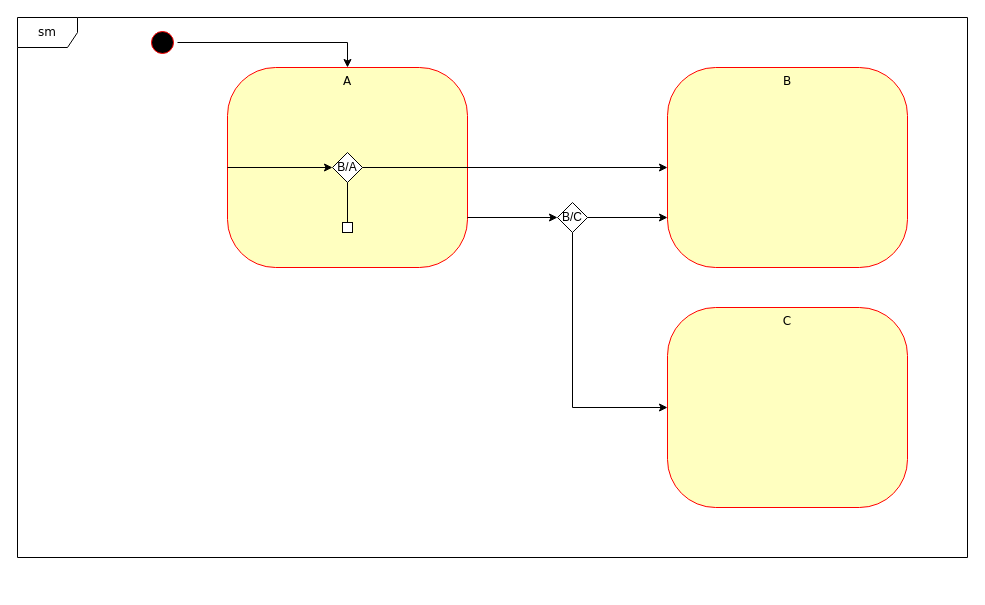
The draw.io diagram vsprojs/UnitTests/ChoiceTransitionTest.drawio in mrstefangrimm/TemplateStateMachine, before the edit. Source tidied: cells renumbered, new cells numbered last; positions are measured from the earlier drawing's top-left corner, leaving out a move shared by most shapes. Both pictures are drawn from the tidied source at 100%, with x=0, y=0 at pixel (17, 17).
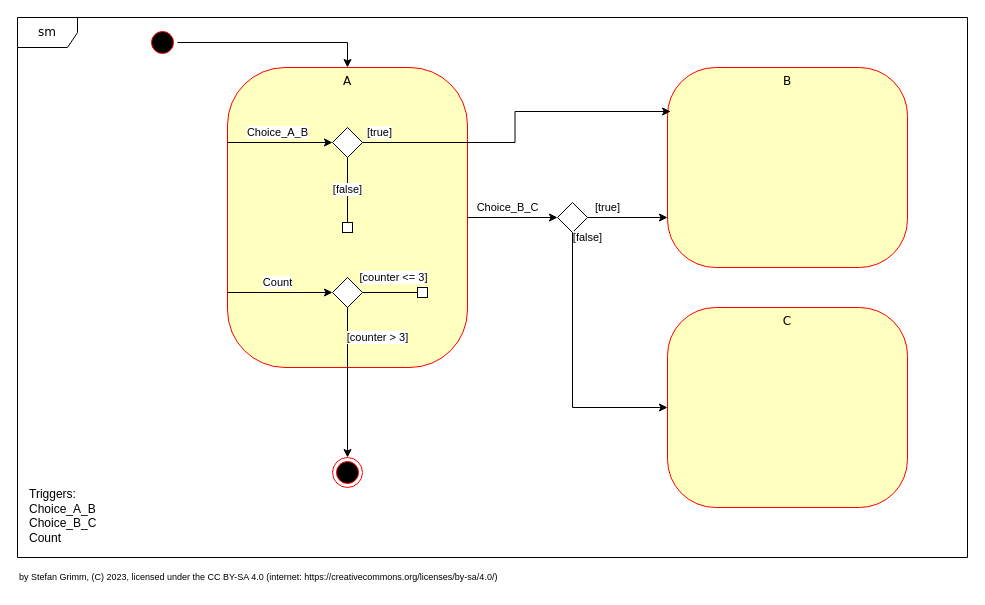
Above is the later version.

Unchanged cells that the change refers to:
```xml
<mxCell id="4" value="B" style="rounded=1;whiteSpace=wrap;html=1;arcSize=24;fillColor=#ffffc0;strokeColor=#ff0000;shadow=0;comic=0;labelBackgroundColor=none;fontFamily=Verdana;fontSize=12;fontColor=#000000;align=center;verticalAlign=top;" parent="1" vertex="1">
  <mxGeometry x="650" y="50" width="240" height="200" as="geometry" />
</mxCell>
<mxCell id="10" value="C" style="rounded=1;whiteSpace=wrap;html=1;arcSize=24;fillColor=#ffffc0;strokeColor=#ff0000;shadow=0;comic=0;labelBackgroundColor=none;fontFamily=Verdana;fontSize=12;fontColor=#000000;align=center;verticalAlign=top;" parent="1" vertex="1">
  <mxGeometry x="650" y="290" width="240" height="200" as="geometry" />
</mxCell>
<mxCell id="16" style="whiteSpace=wrap;html=1;" parent="1" vertex="1">
  <mxGeometry x="325" y="205" width="10" height="10" as="geometry" />
</mxCell>
```

Change to the diagram source:
```diff
@@
     <mxCell id="3" value="A" style="rounded=1;whiteSpace=wrap;html=1;arcSize=24;fillColor=#ffffc0;strokeColor=#ff0000;shadow=0;comic=0;labelBackgroundColor=none;fontFamily=Verdana;fontSize=12;fontColor=#000000;align=center;verticalAlign=top;" parent="1" vertex="1">
-      <mxGeometry x="210" y="50" width="240" height="200" as="geometry" />
+      <mxGeometry x="210" y="50" width="240" height="300" as="geometry" />
     </mxCell>
@@
-    <mxCell id="7" style="rounded=0;jettySize=auto;html=1;entryX=0;entryY=0.5;entryDx=0;entryDy=0;exitX=1;exitY=0.75;exitDx=0;exitDy=0;" parent="1" edge="1" source="3" target="8">
-      <mxGeometry relative="1" as="geometry" />
+    <mxCell id="7" value="Choice_B_C" style="rounded=0;jettySize=auto;html=1;entryX=0;entryY=0.5;entryDx=0;entryDy=0;exitX=1;exitY=0.5;exitDx=0;exitDy=0;" parent="1" edge="1" source="3" target="8">
+      <mxGeometry x="-0.11" y="10" relative="1" as="geometry" />
     </mxCell>
-    <mxCell id="8" value="B/C" style="rhombus;whiteSpace=wrap;html=1;" parent="1" vertex="1">
+    <mxCell id="8" style="rhombus;whiteSpace=wrap;html=1;" parent="1" vertex="1">
       <mxGeometry x="540" y="185" width="30" height="30" as="geometry" />
     </mxCell>
-    <mxCell id="9" style="rounded=0;jettySize=auto;html=1;exitX=1;exitY=0.5;exitDx=0;exitDy=0;entryX=0;entryY=0.75;entryDx=0;entryDy=0;" parent="1" edge="1" source="8" target="4">
-      <mxGeometry relative="1" as="geometry" />
+    <mxCell id="9" value="[true]" style="rounded=0;jettySize=auto;html=1;exitX=1;exitY=0.5;exitDx=0;exitDy=0;entryX=0;entryY=0.75;entryDx=0;entryDy=0;" parent="1" edge="1" source="8" target="4">
+      <mxGeometry x="-0.5" y="10" relative="1" as="geometry" />
     </mxCell>
@@
-    <mxCell id="11" style="rounded=0;jettySize=auto;html=1;exitX=0.5;exitY=1;exitDx=0;exitDy=0;entryX=0;entryY=0.5;entryDx=0;entryDy=0;edgeStyle=orthogonalEdgeStyle;" parent="1" edge="1" source="8" target="10">
-      <mxGeometry relative="1" as="geometry" />
+    <mxCell id="11" value="[false]" style="rounded=0;jettySize=auto;html=1;exitX=0.5;exitY=1;exitDx=0;exitDy=0;entryX=0;entryY=0.5;entryDx=0;entryDy=0;edgeStyle=orthogonalEdgeStyle;" parent="1" edge="1" source="8" target="10">
+      <mxGeometry x="-0.96" y="15" relative="1" as="geometry" />
     </mxCell>
-    <mxCell id="12" style="rounded=0;jettySize=auto;html=1;entryX=0;entryY=0.5;entryDx=0;entryDy=0;exitX=0;exitY=0.5;exitDx=0;exitDy=0;" parent="1" edge="1" source="3" target="13">
-      <mxGeometry relative="1" as="geometry" />
+    <mxCell id="12" value="Choice_A_B" style="rounded=0;jettySize=auto;html=1;entryX=0;entryY=0.5;entryDx=0;entryDy=0;exitX=0;exitY=0.25;exitDx=0;exitDy=0;" parent="1" edge="1" source="3" target="13">
+      <mxGeometry x="-0.05" y="10" relative="1" as="geometry" />
     </mxCell>
-    <mxCell id="13" value="B/A" style="rhombus;whiteSpace=wrap;html=1;" parent="1" vertex="1">
-      <mxGeometry x="315" y="135" width="30" height="30" as="geometry" />
+    <mxCell id="13" style="rhombus;whiteSpace=wrap;html=1;" parent="1" vertex="1">
+      <mxGeometry x="315" y="110" width="30" height="30" as="geometry" />
     </mxCell>
-    <mxCell id="14" style="rounded=0;jettySize=auto;html=1;exitX=1;exitY=0.5;exitDx=0;exitDy=0;" parent="1" edge="1" source="13" target="4">
-      <mxGeometry relative="1" as="geometry" />
+    <mxCell id="14" value="[true]" style="rounded=0;jettySize=auto;html=1;exitX=1;exitY=0.5;exitDx=0;exitDy=0;entryX=0.013;entryY=0.22;entryDx=0;entryDy=0;entryPerimeter=0;edgeStyle=orthogonalEdgeStyle;" parent="1" edge="1" source="13" target="4">
+      <mxGeometry x="-0.9" y="10" relative="1" as="geometry" />
     </mxCell>
-    <mxCell id="15" style="endArrow=none;html=1;rounded=0;entryX=0.5;entryY=1;entryDx=0;entryDy=0;exitX=0.5;exitY=0;exitDx=0;exitDy=0;" parent="1" edge="1" source="16" target="13">
+    <mxCell id="15" value="[false]" style="endArrow=none;html=1;rounded=0;entryX=0.5;entryY=1;entryDx=0;entryDy=0;exitX=0.5;exitY=0;exitDx=0;exitDy=0;" parent="1" edge="1" source="16" target="13">
       <mxGeometry relative="1" as="geometry" />
     </mxCell>
@@
+    <mxCell id="17" value="by Stefan Grimm, (C) 2023, licensed under the CC BY-SA 4.0 (internet: https://creativecommons.org/licenses/by-sa/4.0/)" style="text;html=1;strokeColor=none;fillColor=none;align=left;verticalAlign=middle;whiteSpace=wrap;rounded=0;fontSize=9;" parent="1" vertex="1">
+      <mxGeometry y="550" width="500" height="20" as="geometry" />
+    </mxCell>
+    <mxCell id="18" value="Triggers:&lt;br&gt;Choice_A_B&lt;br&gt;Choice_B_C&lt;br&gt;Count" style="text;html=1;strokeColor=none;fillColor=none;align=left;verticalAlign=bottom;whiteSpace=wrap;rounded=0;" parent="1" vertex="1">
+      <mxGeometry x="10" y="420" width="100" height="110" as="geometry" />
+    </mxCell>
+    <mxCell id="19" style="rhombus;whiteSpace=wrap;html=1;" parent="1" vertex="1">
+      <mxGeometry x="315" y="260" width="30" height="30" as="geometry" />
+    </mxCell>
+    <mxCell id="20" value="Count" style="rounded=0;jettySize=auto;html=1;entryX=0;entryY=0.5;entryDx=0;entryDy=0;exitX=0;exitY=0.75;exitDx=0;exitDy=0;" parent="1" edge="1" source="3" target="19">
+      <mxGeometry x="-0.05" y="10" relative="1" as="geometry" />
+    </mxCell>
+    <mxCell id="21" style="ellipse;html=1;shape=endState;fillColor=#000000;strokeColor=#ff0000;direction=south;" parent="1" vertex="1">
+      <mxGeometry x="315" y="440" width="30" height="30" as="geometry" />
+    </mxCell>
+    <mxCell id="22" value="[counter &amp;gt; 3]" style="edgeStyle=orthogonalEdgeStyle;rounded=0;jettySize=auto;html=1;entryX=0;entryY=0.5;entryDx=0;entryDy=0;exitX=0.5;exitY=1;exitDx=0;exitDy=0;" parent="1" edge="1" source="19" target="21">
+      <mxGeometry x="-0.6" y="30" relative="1" as="geometry" />
+    </mxCell>
+    <mxCell id="23" value="[counter &amp;lt;= 3]" style="endArrow=none;html=1;rounded=0;entryX=1;entryY=0.5;entryDx=0;entryDy=0;exitX=0;exitY=0.5;exitDx=0;exitDy=0;" parent="1" edge="1" source="24" target="19">
+      <mxGeometry x="-0.11" y="-15" relative="1" as="geometry" />
+    </mxCell>
+    <mxCell id="24" style="whiteSpace=wrap;html=1;" parent="1" vertex="1">
+      <mxGeometry x="400" y="270" width="10" height="10" as="geometry" />
+    </mxCell>
```
